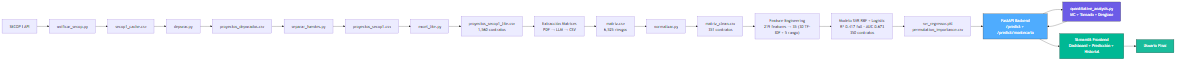
The Mermaid diagram docs/diagrams/8_7_pipeline_completo.png in sanan1297/risk_project, before a commit. Its source is kept beside it as docs/diagrams/8_7_pipeline_completo.mmd. Its diagram source:
```mermaid
graph LR
    A[SECOP I API] --> B[unificar_secop.py]
    B --> C[secop1_cache.csv]
    C --> D[depurar.py]
    D --> E[proyectos_depurados.csv]
    E --> F[separar_fuentes.py]
    F --> G[proyectos_secop1.csv]
    G --> H[excel_lite.py]
    H --> I[proyectos_secop1_lite.csv<br/>1,560 contratos]
    I --> J[Extracción Matrices<br/>PDF → LLM → CSV]
    J --> K[matriz.csv<br/>6,525 riesgos]
    K --> L[normalizar.py]
    L --> M[matriz_clean.csv<br/>351 contratos]
    M --> N["Feature Engineering<br/>219 features → 35 (30 TF-IDF + 5 rango)"]
    N --> O["Modelo SVR RBF + Logistic<br/>R² CV 0.068 (full 0.417) · AUC 0.673<br/>350 contratos"]
    O --> P[svr_regressor.pkl<br/>permutation_importance.csv]
    P --> Q[FastAPI Backend<br/>/predict + /predict/montecarlo]
    Q --> Q2[quantitative_analysis.py<br/>MC + Tornado + Desglose]
    Q2 --> Q
    Q --> R[Streamlit Frontend<br/>Dashboard + Predicción + Historial]
    R --> S[Usuario Final]

    style Q fill:#4facfe,stroke:#333,color:white
    style Q2 fill:#6C5CE7,stroke:#333,color:white
    style R fill:#00B894,stroke:#333,color:white
    style S fill:#1ABC9C,stroke:#333,color:white
```
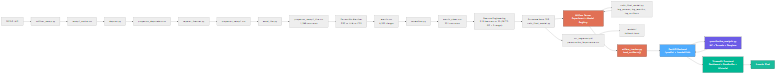
Later version of the same file.

What changed in the source:
```diff
@@ -12,15 +12,22 @@
     K --> L[normalizar.py]
     L --> M[matriz_clean.csv<br/>351 contratos]
     M --> N["Feature Engineering<br/>219 features → 35 (30 TF-IDF + 5 rango)"]
-    N --> O["Modelo SVR RBF + Logistic<br/>R² CV 0.068 (full 0.417) · AUC 0.673<br/>350 contratos"]
-    O --> P[svr_regressor.pkl<br/>permutation_importance.csv]
-    P --> Q[FastAPI Backend<br/>/predict + /predict/montecarlo]
-    Q --> Q2[quantitative_analysis.py<br/>MC + Tornado + Desglose]
-    Q2 --> Q
-    Q --> R[Streamlit Frontend<br/>Dashboard + Predicción + Historial]
-    R --> S[Usuario Final]
+    N --> O["Entrenamiento SVR<br/>train_final_model.py"]
+    O --> P[MLflow Server<br/>Experiment + Model Registry]
+    O --> Q[svr_regressor.pkl<br/>permutation_importance.csv]
+    P --> R["train_final_model.py<br/>log_params, log_metrics, log_artifacts"]
+    R --> P
+    Q --> S[models/<br/>fallback local]
+    P --> T["mlflow_tracker.py<br/>load_artifacts()"]
+    T --> U["FastAPI Backend<br/>/predict + /model/info"]
+    U --> V["quantitative_analysis.py<br/>MC + Tornado + Desglose"]
+    V --> U
+    U --> W[Streamlit Frontend<br/>Dashboard + Predicción + Historial]
+    W --> X[Usuario Final]
 
-    style Q fill:#4facfe,stroke:#333,color:white
-    style Q2 fill:#6C5CE7,stroke:#333,color:white
-    style R fill:#00B894,stroke:#333,color:white
-    style S fill:#1ABC9C,stroke:#333,color:white
+    style P fill:#E17055,stroke:#333,color:white
+    style T fill:#E17055,stroke:#333,color:white
+    style U fill:#4facfe,stroke:#333,color:white
+    style V fill:#6C5CE7,stroke:#333,color:white
+    style W fill:#00B894,stroke:#333,color:white
+    style X fill:#1ABC9C,stroke:#333,color:white
```
